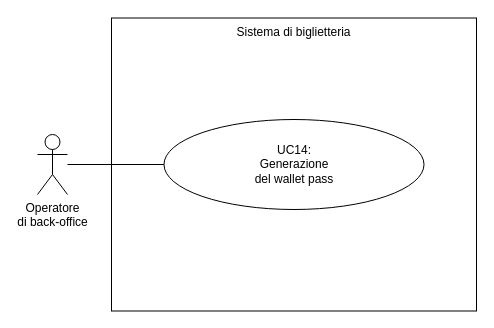
Above: page "uc-14" (15 of 15) of img/diagrams/drawer.drawio in Leddosja/thesis-EdisHodja (draw.io), before the change. Source tidied: cells renumbered, new cells numbered last; positions are measured from the earlier drawing's top-left corner, leaving out a move shared by most shapes. Both pictures are drawn from the tidied source at 100%, with x=0, y=0 at pixel (37, 17).
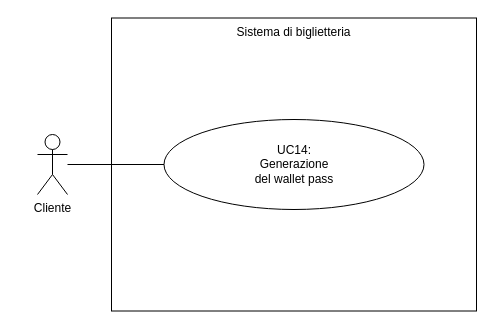
The same page after the edit.

The edit, as a diff of the source:
```diff
@@
 <mxGraphModel background="#FFFFFF">
   <root>
     <mxCell id="0" />
     <mxCell id="1" parent="0" />
     <mxCell id="2" value="Sistema di biglietteria" style="rounded=0;whiteSpace=wrap;html=1;fillColor=default;verticalAlign=top;" parent="1" vertex="1">
       <mxGeometry x="74" y="0.5" width="365" height="293" as="geometry" />
     </mxCell>
     <mxCell id="3" value="UC14:&lt;br&gt;Generazione&lt;div&gt;del wallet pass&lt;/div&gt;" style="ellipse;whiteSpace=wrap;html=1;rounded=0;strokeColor=default;align=center;verticalAlign=middle;fontFamily=Helvetica;fontSize=12;fontColor=default;fillColor=default;" parent="1" vertex="1">
       <mxGeometry x="126.5" y="102" width="260" height="90" as="geometry" />
     </mxCell>
     <mxCell id="4" style="edgeStyle=none;html=1;entryX=0;entryY=0.5;entryDx=0;entryDy=0;endArrow=none;endFill=0;" parent="1" edge="1" source="5" target="3">
       <mxGeometry relative="1" as="geometry" />
     </mxCell>
-    <mxCell id="5" value="Operatore&lt;br&gt;di back-office" style="shape=umlActor;verticalLabelPosition=bottom;verticalAlign=top;html=1;rounded=0;strokeColor=default;align=center;fontFamily=Helvetica;fontSize=12;fontColor=default;fillColor=default;labelPosition=center;" parent="1" vertex="1">
+    <mxCell id="5" value="Cliente" style="shape=umlActor;verticalLabelPosition=bottom;verticalAlign=top;html=1;rounded=0;strokeColor=default;align=center;fontFamily=Helvetica;fontSize=12;fontColor=default;fillColor=default;labelPosition=center;" parent="1" vertex="1">
       <mxGeometry y="117" width="30" height="60" as="geometry" />
     </mxCell>
   </root>
 </mxGraphModel>
```
